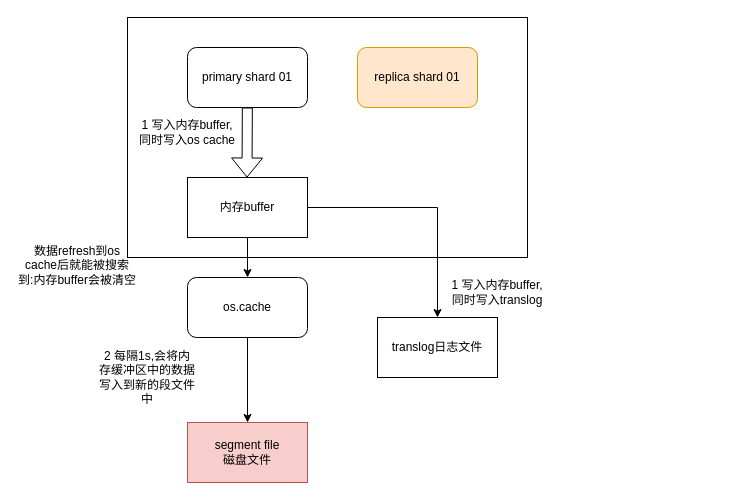
Above: 未命名绘图.drawio in TChinaBen/Algorithm (draw.io), before the change. Source tidied: cells renumbered, new cells numbered last; positions are measured from the earlier drawing's top-left corner, leaving out a move shared by most shapes. Both pictures are drawn from the tidied source at 100%, with x=0, y=0 at pixel (17, 17).
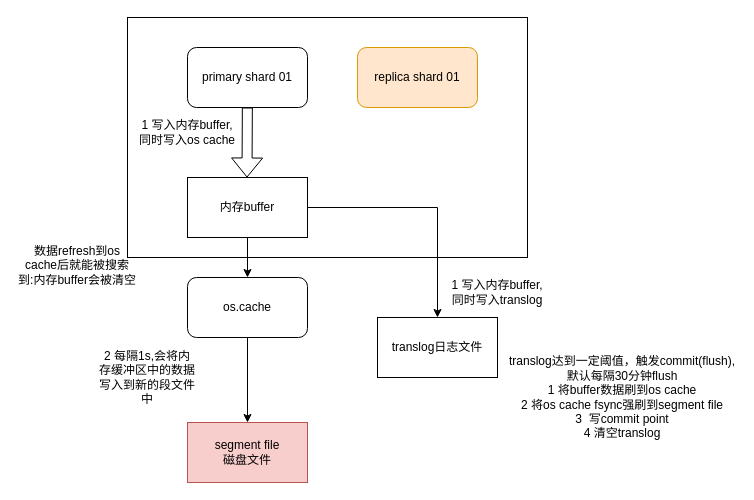
The same page after the edit.

The edit, as a diff of the source:
```diff
@@
 <mxGraphModel>
   <root>
     <mxCell id="0" />
     <mxCell id="1" parent="0" />
     <mxCell id="2" style="rounded=0;whiteSpace=wrap;html=1;" parent="1" vertex="1">
       <mxGeometry x="110" width="400" height="240" as="geometry" />
     </mxCell>
     <mxCell id="3" value="primary shard 01" style="rounded=1;whiteSpace=wrap;html=1;" parent="1" vertex="1">
       <mxGeometry x="170" y="30" width="120" height="60" as="geometry" />
     </mxCell>
     <mxCell id="4" value="replica shard 01" style="rounded=1;whiteSpace=wrap;html=1;fillColor=#ffe6cc;strokeColor=#d79b00;" parent="1" vertex="1">
       <mxGeometry x="340" y="30" width="120" height="60" as="geometry" />
     </mxCell>
     <mxCell id="5" style="edgeStyle=orthogonalEdgeStyle;rounded=0;jettySize=auto;html=1;exitX=0.5;exitY=1;exitDx=0;exitDy=0;entryX=0.5;entryY=0;entryDx=0;entryDy=0;" parent="1" edge="1" source="7" target="11">
       <mxGeometry relative="1" as="geometry" />
     </mxCell>
     <mxCell id="6" style="edgeStyle=orthogonalEdgeStyle;rounded=0;jettySize=auto;html=1;exitX=1;exitY=0.5;exitDx=0;exitDy=0;entryX=0.5;entryY=0;entryDx=0;entryDy=0;" parent="1" edge="1" source="7" target="13">
       <mxGeometry relative="1" as="geometry" />
     </mxCell>
     <mxCell id="7" value="内存buffer" style="rounded=0;whiteSpace=wrap;html=1;" parent="1" vertex="1">
       <mxGeometry x="170" y="160" width="120" height="60" as="geometry" />
     </mxCell>
     <mxCell id="8" style="shape=flexArrow;endArrow=classic;html=1;rounded=0;" parent="1" edge="1" source="3">
       <mxGeometry relative="1" as="geometry">
         <mxPoint x="229.5" y="160" as="targetPoint" />
       </mxGeometry>
     </mxCell>
     <mxCell id="9" value="1 写入内存buffer,同时写入os cache" style="text;html=1;align=center;verticalAlign=middle;whiteSpace=wrap;rounded=0;" parent="1" vertex="1">
       <mxGeometry x="120" y="100" width="100" height="30" as="geometry" />
     </mxCell>
     <mxCell id="10" style="edgeStyle=orthogonalEdgeStyle;rounded=0;jettySize=auto;html=1;exitX=0.5;exitY=1;exitDx=0;exitDy=0;entryX=0.5;entryY=0;entryDx=0;entryDy=0;" parent="1" edge="1" source="11" target="15">
       <mxGeometry relative="1" as="geometry" />
     </mxCell>
     <mxCell id="11" value="os.cache" style="rounded=1;whiteSpace=wrap;html=1;" parent="1" vertex="1">
       <mxGeometry x="170" y="260" width="120" height="60" as="geometry" />
     </mxCell>
     <mxCell id="12" value="2 每隔1s,会将内存缓冲区中的数据写入到新的段文件中" style="text;html=1;align=center;verticalAlign=middle;whiteSpace=wrap;rounded=0;" parent="1" vertex="1">
       <mxGeometry x="80" y="330" width="100" height="60" as="geometry" />
     </mxCell>
     <mxCell id="13" value="translog日志文件" style="rounded=0;whiteSpace=wrap;html=1;" parent="1" vertex="1">
       <mxGeometry x="360" y="300" width="120" height="60" as="geometry" />
     </mxCell>
     <mxCell id="14" value="数据refresh到os cache后就能被搜索到:内存buffer会被清空" style="text;html=1;align=center;verticalAlign=middle;whiteSpace=wrap;rounded=0;" parent="1" vertex="1">
       <mxGeometry y="220" width="120" height="55" as="geometry" />
     </mxCell>
     <mxCell id="15" value="segment file&lt;div&gt;磁盘文件&lt;/div&gt;" style="rounded=0;whiteSpace=wrap;html=1;fillColor=#f8cecc;strokeColor=#b85450;" parent="1" vertex="1">
       <mxGeometry x="170" y="405" width="120" height="60" as="geometry" />
     </mxCell>
     <mxCell id="16" value="1 写入内存buffer,同时写入translog" style="text;html=1;align=center;verticalAlign=middle;whiteSpace=wrap;rounded=0;" parent="1" vertex="1">
       <mxGeometry x="430" y="260" width="100" height="30" as="geometry" />
     </mxCell>
+    <mxCell id="17" value="translog达到一定阈值，触发commit(flush),默认每隔30分钟flush&lt;div&gt;1 将buffer数据刷到os cache&lt;/div&gt;&lt;div&gt;2 将os cache fsync强刷到segment file&lt;/div&gt;&lt;div&gt;3&amp;nbsp; 写commit point&lt;/div&gt;&lt;div&gt;4 清空translog&lt;/div&gt;" style="text;html=1;align=center;verticalAlign=middle;whiteSpace=wrap;rounded=0;" parent="1" vertex="1">
+      <mxGeometry x="490" y="320" width="230" height="120" as="geometry" />
+    </mxCell>
   </root>
 </mxGraphModel>
```
